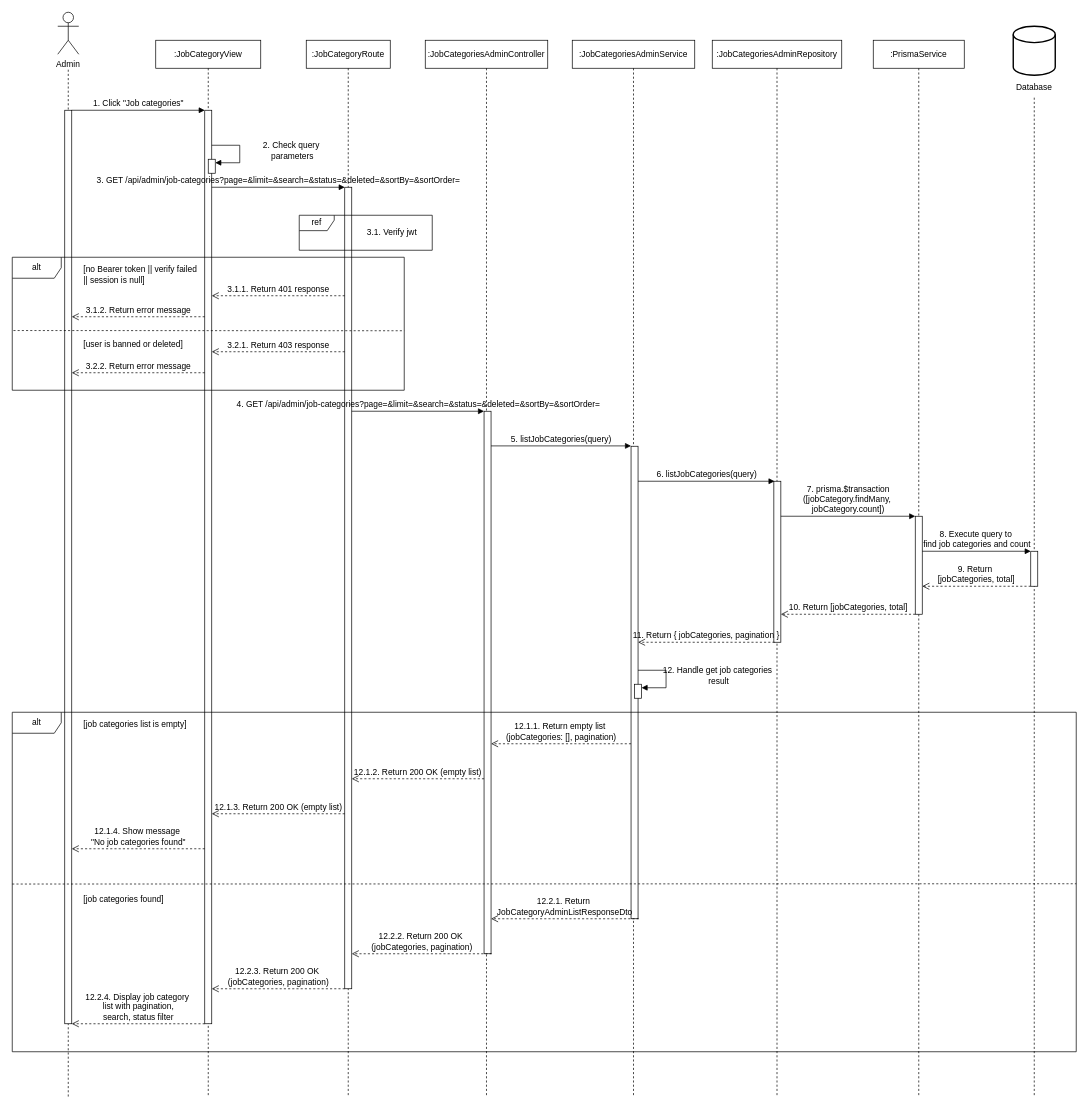
This is sequence-diagrams-remake/UC-46.01-view-job-category-list.drawio from Thunggg/Frevia, a draw.io file, before an edit. Source tidied: cells renumbered, new cells numbered last; positions are measured from the earlier drawing's top-left corner, leaving out a move shared by most shapes. Both pictures are drawn from the tidied source at 70%, with x=0, y=0 at pixel (12, 12).
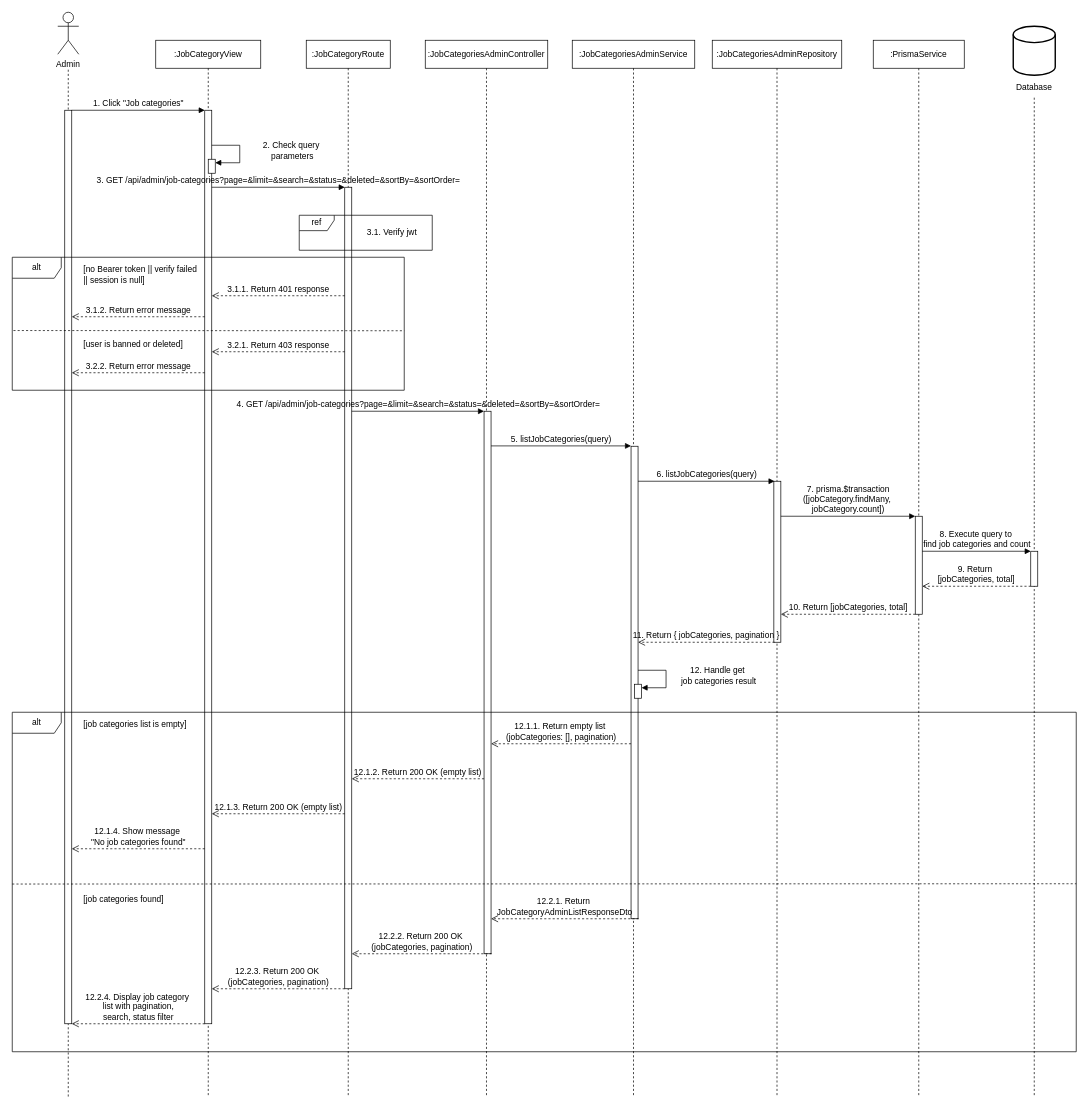
After the change.

Unchanged cells that the change refers to:
```xml
<mxCell id="43" style="html=1;points=[[0,0,0,0,5],[0,1,0,0,-5],[1,0,0,0,5],[1,1,0,0,-5]];perimeter=orthogonalPerimeter;outlineConnect=0;targetShapes=umlLifeline;portConstraint=eastwest;newEdgeStyle={&quot;curved&quot;:0,&quot;rounded&quot;:0};fontSize=13;labelBackgroundColor=none;" parent="1" vertex="1">
  <mxGeometry x="889" y="960" width="10" height="20" as="geometry" />
</mxCell>
```

Diff of the diagram source:
```diff
@@
-    <mxCell id="44" value="12. Handle get job categories&amp;nbsp;&lt;div&gt;result&lt;/div&gt;" style="html=1;verticalAlign=bottom;endArrow=block;curved=0;rounded=0;fontSize=12;labelBackgroundColor=none;" parent="1" edge="1" target="43">
+    <mxCell id="44" value="12. Handle get&amp;nbsp;&lt;div&gt;job categories&amp;nbsp;&lt;span style=&quot;background-color: transparent; color: light-dark(rgb(0, 0, 0), rgb(255, 255, 255));&quot;&gt;result&lt;/span&gt;&lt;/div&gt;" style="html=1;verticalAlign=bottom;endArrow=block;curved=0;rounded=0;fontSize=12;labelBackgroundColor=none;" parent="1" edge="1" target="43">
       <mxGeometry x="0.3" y="-75" relative="1" as="geometry">
         <mxPoint x="894" y="940" as="sourcePoint" />
         <Array as="points">
           <mxPoint x="934" y="940" />
           <mxPoint x="934" y="965" />
         </Array>
         <mxPoint x="75" y="75" as="offset" />
       </mxGeometry>
     </mxCell>
```
